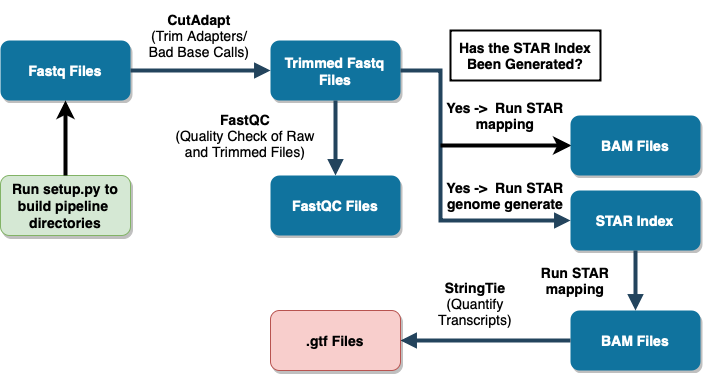
Above: Image/pipeline.png in AllenInstitute/Bulk-RNA-Snakeline (draw.io), before the change. Source tidied: cells renumbered, new cells last; positions are measured from the earlier drawing's top-left corner, leaving out a move shared by most shapes. Source of this version:
```xml
<mxGraphModel>
  <root>
    <mxCell id="0" />
    <mxCell id="1" parent="0" />
    <mxCell id="2" value="Fastq Files" style="rounded=1;fillColor=#10739E;strokeColor=none;shadow=1;gradientColor=none;fontStyle=1;fontColor=#FFFFFF;fontSize=14;" parent="1" vertex="1">
      <mxGeometry y="40" width="130" height="60" as="geometry" />
    </mxCell>
    <mxCell id="3" style="edgeStyle=elbowEdgeStyle;elbow=vertical;strokeWidth=4;endArrow=block;endFill=1;fontStyle=1;strokeColor=#23445D;rounded=0;exitX=1;exitY=0.5;exitDx=0;exitDy=0;entryX=0;entryY=0.5;entryDx=0;entryDy=0;" parent="1" edge="1" source="2" target="5">
      <mxGeometry x="-310" y="350" as="geometry">
        <Array as="points">
          <mxPoint x="180" y="70" />
        </Array>
      </mxGeometry>
    </mxCell>
    <mxCell id="4" value="&lt;font style=&quot;font-size: 14px;&quot;&gt;&lt;b&gt;CutAdapt&lt;/b&gt;&lt;br&gt;(Trim Adapters/&lt;br&gt;Bad Base Calls)&lt;/font&gt;" style="text;html=1;strokeColor=none;fillColor=none;align=center;verticalAlign=middle;whiteSpace=wrap;rounded=0;" parent="1" vertex="1">
      <mxGeometry x="124" width="150" height="70" as="geometry" />
    </mxCell>
    <mxCell id="5" value="Trimmed Fastq &#10;Files" style="rounded=1;fillColor=#10739E;strokeColor=none;shadow=1;gradientColor=none;fontStyle=1;fontColor=#FFFFFF;fontSize=14;" parent="1" vertex="1">
      <mxGeometry x="270" y="40" width="130" height="60" as="geometry" />
    </mxCell>
    <mxCell id="6" style="edgeStyle=elbowEdgeStyle;elbow=vertical;strokeWidth=4;endArrow=block;endFill=1;fontStyle=1;strokeColor=#23445D;rounded=0;exitX=0.5;exitY=1;exitDx=0;exitDy=0;entryX=0.5;entryY=0;entryDx=0;entryDy=0;" parent="1" edge="1" source="5" target="7">
      <mxGeometry x="-30" y="350" as="geometry" />
    </mxCell>
    <mxCell id="7" value="FastQC Files" style="rounded=1;fillColor=#10739E;strokeColor=none;shadow=1;gradientColor=none;fontStyle=1;fontColor=#FFFFFF;fontSize=14;" parent="1" vertex="1">
      <mxGeometry x="270" y="175" width="130" height="60" as="geometry" />
    </mxCell>
    <mxCell id="8" value="&lt;font style=&quot;font-size: 14px;&quot;&gt;&lt;b&gt;FastQC&lt;/b&gt;&lt;br&gt;(Quality Check of Raw and Trimmed Files)&lt;/font&gt;" style="text;html=1;strokeColor=none;fillColor=none;align=center;verticalAlign=middle;whiteSpace=wrap;rounded=0;" parent="1" vertex="1">
      <mxGeometry x="170" y="100" width="150" height="70" as="geometry" />
    </mxCell>
    <mxCell id="9" style="edgeStyle=elbowEdgeStyle;strokeWidth=4;endArrow=block;endFill=1;fontStyle=1;strokeColor=#23445D;rounded=0;exitX=1;exitY=0.5;exitDx=0;exitDy=0;entryX=0;entryY=0.5;entryDx=0;entryDy=0;" parent="1" edge="1" source="5" target="10">
      <mxGeometry x="-250" y="410" as="geometry">
        <Array as="points">
          <mxPoint x="440" y="160" />
        </Array>
      </mxGeometry>
    </mxCell>
    <mxCell id="10" value="STAR Index" style="rounded=1;fillColor=#10739E;strokeColor=none;shadow=1;gradientColor=none;fontStyle=1;fontColor=#FFFFFF;fontSize=14;" parent="1" vertex="1">
      <mxGeometry x="570" y="190" width="130" height="60" as="geometry" />
    </mxCell>
    <mxCell id="11" value="&lt;b&gt;&lt;span style=&quot;font-size: 14px;&quot;&gt;Has the STAR&amp;nbsp;Index Been Generated?&lt;/span&gt;&lt;br&gt;&lt;/b&gt;" style="text;html=1;strokeColor=default;fillColor=none;align=center;verticalAlign=middle;whiteSpace=wrap;rounded=0;strokeWidth=2;" parent="1" vertex="1">
      <mxGeometry x="450" y="30" width="150" height="50" as="geometry" />
    </mxCell>
    <mxCell id="12" value="&lt;b&gt;&lt;span style=&quot;font-size: 14px;&quot;&gt;Yes -&amp;gt; &amp;nbsp;Run STAR mapping&lt;/span&gt;&lt;br&gt;&lt;/b&gt;" style="text;html=1;strokeColor=none;fillColor=none;align=center;verticalAlign=middle;whiteSpace=wrap;rounded=0;" parent="1" vertex="1">
      <mxGeometry x="430" y="80" width="150" height="70" as="geometry" />
    </mxCell>
    <mxCell id="13" style="endArrow=classic;html=1;rounded=0;fontSize=14;strokeWidth=4;" parent="1" edge="1">
      <mxGeometry relative="1" as="geometry">
        <mxPoint x="440" y="145" as="sourcePoint" />
        <mxPoint x="571" y="145" as="targetPoint" />
      </mxGeometry>
    </mxCell>
    <mxCell id="14" value="BAM Files" style="rounded=1;fillColor=#10739E;strokeColor=none;shadow=1;gradientColor=none;fontStyle=1;fontColor=#FFFFFF;fontSize=14;" parent="1" vertex="1">
      <mxGeometry x="570" y="115" width="130" height="60" as="geometry" />
    </mxCell>
    <mxCell id="15" value="&lt;b&gt;&lt;span style=&quot;font-size: 14px;&quot;&gt;Yes -&amp;gt; &amp;nbsp;Run STAR genome generate&lt;/span&gt;&lt;br&gt;&lt;/b&gt;" style="text;html=1;strokeColor=none;fillColor=none;align=center;verticalAlign=middle;whiteSpace=wrap;rounded=0;" parent="1" vertex="1">
      <mxGeometry x="430" y="160" width="150" height="70" as="geometry" />
    </mxCell>
    <mxCell id="16" value="BAM Files" style="rounded=1;fillColor=#10739E;strokeColor=none;shadow=1;gradientColor=none;fontStyle=1;fontColor=#FFFFFF;fontSize=14;" parent="1" vertex="1">
      <mxGeometry x="570" y="310" width="130" height="60" as="geometry" />
    </mxCell>
    <mxCell id="17" style="edgeStyle=elbowEdgeStyle;elbow=vertical;strokeWidth=4;endArrow=block;endFill=1;fontStyle=1;strokeColor=#23445D;rounded=0;exitX=0;exitY=0.5;exitDx=0;exitDy=0;entryX=1;entryY=0.5;entryDx=0;entryDy=0;" parent="1" edge="1" source="16" target="21">
      <mxGeometry x="-210.5" y="-70" as="geometry" />
    </mxCell>
    <mxCell id="18" style="edgeStyle=elbowEdgeStyle;elbow=vertical;strokeWidth=4;endArrow=block;endFill=1;fontStyle=1;strokeColor=#23445D;rounded=0;entryX=0.5;entryY=0;entryDx=0;entryDy=0;exitX=0.5;exitY=1;exitDx=0;exitDy=0;" parent="1" edge="1" source="10" target="16">
      <mxGeometry x="-70.5" y="170" as="geometry" />
    </mxCell>
    <mxCell id="19" value="&lt;b&gt;&lt;span style=&quot;font-size: 14px;&quot;&gt;Run STAR &lt;br&gt;mapping&lt;/span&gt;&lt;br&gt;&lt;/b&gt;" style="text;html=1;strokeColor=none;fillColor=none;align=center;verticalAlign=middle;whiteSpace=wrap;rounded=0;" parent="1" vertex="1">
      <mxGeometry x="530" y="257.5" width="90" height="45" as="geometry" />
    </mxCell>
    <mxCell id="20" value="&lt;span style=&quot;font-size: 14px;&quot;&gt;&lt;b&gt;StringTie &lt;/b&gt;(Quantify Transcripts)&lt;/span&gt;" style="text;html=1;strokeColor=none;fillColor=none;align=center;verticalAlign=middle;whiteSpace=wrap;rounded=0;" parent="1" vertex="1">
      <mxGeometry x="430" y="280" width="90" height="45" as="geometry" />
    </mxCell>
    <mxCell id="21" value=".gtf Files" style="rounded=1;fillColor=#f8cecc;strokeColor=#b85450;shadow=1;fontStyle=1;fontSize=14;" parent="1" vertex="1">
      <mxGeometry x="270" y="310" width="130" height="60" as="geometry" />
    </mxCell>
    <mxCell id="22" value="Run setup.py to&#10;build pipeline &#10;directories" style="rounded=1;fillColor=#d5e8d4;strokeColor=#82b366;shadow=1;fontStyle=1;fontSize=14;" parent="1" vertex="1">
      <mxGeometry y="175" width="130" height="60" as="geometry" />
    </mxCell>
    <mxCell id="23" style="endArrow=classic;html=1;rounded=0;strokeWidth=4;fontSize=14;exitX=0.5;exitY=0;exitDx=0;exitDy=0;entryX=0.5;entryY=1;entryDx=0;entryDy=0;" parent="1" edge="1" source="22" target="2">
      <mxGeometry relative="1" as="geometry" />
    </mxCell>
  </root>
</mxGraphModel>
```
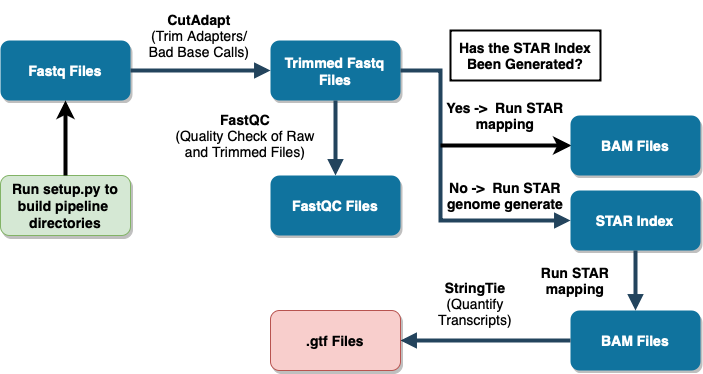
Above is the later version.

Change to the diagram source:
```diff
@@ -52,7 +52,7 @@
     <mxCell id="14" value="BAM Files" style="rounded=1;fillColor=#10739E;strokeColor=none;shadow=1;gradientColor=none;fontStyle=1;fontColor=#FFFFFF;fontSize=14;" parent="1" vertex="1">
       <mxGeometry x="570" y="115" width="130" height="60" as="geometry" />
     </mxCell>
-    <mxCell id="15" value="&lt;b&gt;&lt;span style=&quot;font-size: 14px;&quot;&gt;Yes -&amp;gt; &amp;nbsp;Run STAR genome generate&lt;/span&gt;&lt;br&gt;&lt;/b&gt;" style="text;html=1;strokeColor=none;fillColor=none;align=center;verticalAlign=middle;whiteSpace=wrap;rounded=0;" parent="1" vertex="1">
+    <mxCell id="15" value="&lt;b&gt;&lt;span style=&quot;font-size: 14px;&quot;&gt;No -&amp;gt; &amp;nbsp;Run STAR genome generate&lt;/span&gt;&lt;br&gt;&lt;/b&gt;" style="text;html=1;strokeColor=none;fillColor=none;align=center;verticalAlign=middle;whiteSpace=wrap;rounded=0;" parent="1" vertex="1">
       <mxGeometry x="430" y="160" width="150" height="70" as="geometry" />
     </mxCell>
     <mxCell id="16" value="BAM Files" style="rounded=1;fillColor=#10739E;strokeColor=none;shadow=1;gradientColor=none;fontStyle=1;fontColor=#FFFFFF;fontSize=14;" parent="1" vertex="1">
```
